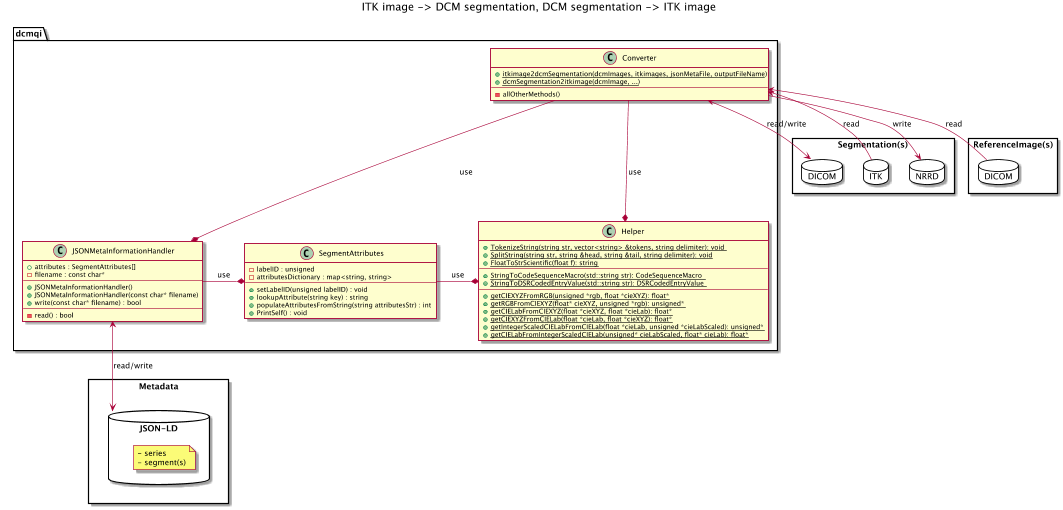
QIICR/dcmqi keeps this PlantUML diagram as Design/DICOMSegmentationConverter.png. Above is the earlier version.
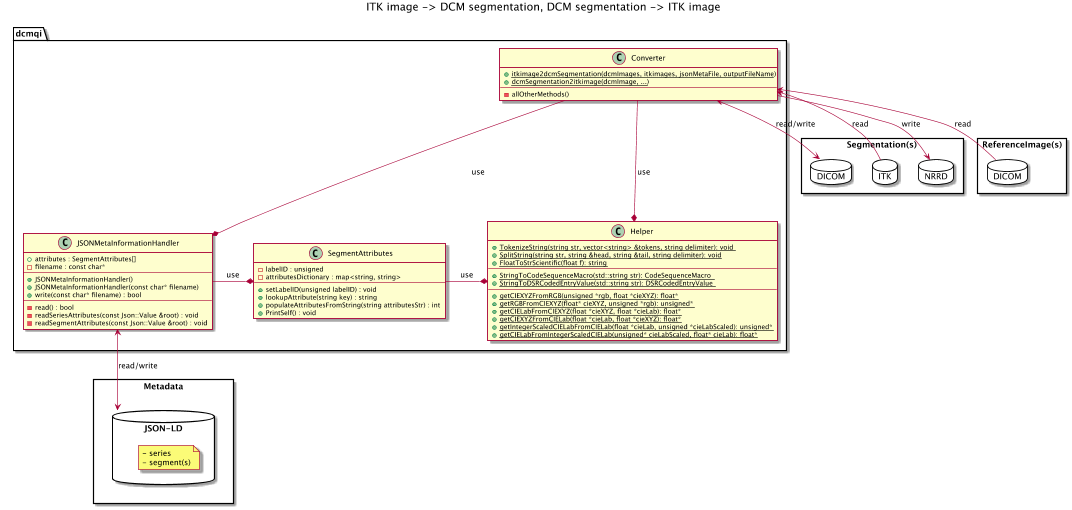
The same file after the commit.

Commit message:
ENH: updated design document

Diff of the diagram source:
```diff
@@ -74,6 +74,8 @@
     + write(const char* filename) : bool
 ---
     - read() : bool
+    - readSeriesAttributes(const Json::Value &root) : void
+    - readSegmentAttributes(const Json::Value &root) : void
 }
 
 class SegmentAttributes {
```
